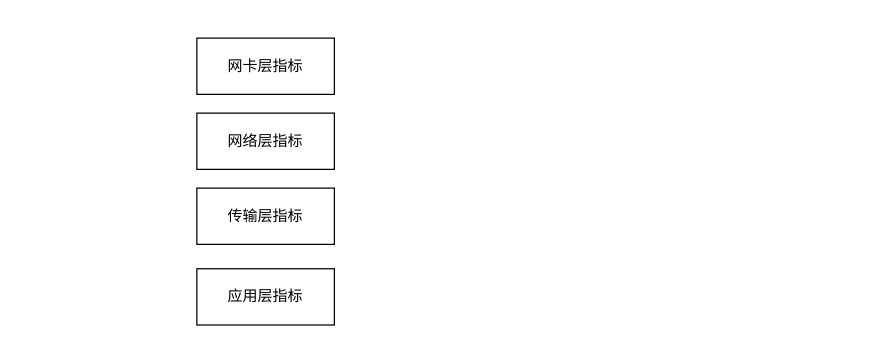
The draw.io diagram 指标数据生成流程.drawio in poetlife/diagrams, before the edit. Source tidied: cells renumbered, new cells numbered last; positions are measured from the earlier drawing's top-left corner, leaving out a move shared by most shapes. Both pictures are drawn from the tidied source at 125%, with x=0, y=0 at pixel (196, 38).
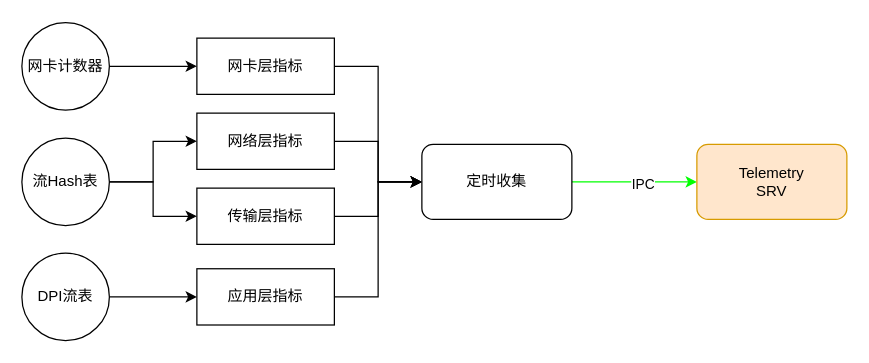
Above is the later version.

Commit message (it also covers changes not shown here):
更新指标数据生成流程.drawio

The change refers to these unchanged cells:
```xml
<mxCell id="2" value="网卡层指标" style="rounded=0;whiteSpace=wrap;html=1;" parent="1" vertex="1">
  <mxGeometry width="110" height="45" as="geometry" />
</mxCell>
<mxCell id="3" value="网络层指标" style="rounded=0;whiteSpace=wrap;html=1;" parent="1" vertex="1">
  <mxGeometry y="60" width="110" height="45" as="geometry" />
</mxCell>
<mxCell id="4" value="传输层指标" style="rounded=0;whiteSpace=wrap;html=1;" parent="1" vertex="1">
  <mxGeometry y="120" width="110" height="45" as="geometry" />
</mxCell>
<mxCell id="5" value="应用层指标" style="rounded=0;whiteSpace=wrap;html=1;" parent="1" vertex="1">
  <mxGeometry y="184.5" width="110" height="45" as="geometry" />
</mxCell>
```

Diff of the diagram source:
```diff
@@
+    <mxCell id="6" style="edgeStyle=orthogonalEdgeStyle;rounded=0;jettySize=auto;html=1;exitX=1;exitY=0.5;exitDx=0;exitDy=0;entryX=0;entryY=0.5;entryDx=0;entryDy=0;" parent="1" edge="1" source="2" target="19">
+      <mxGeometry relative="1" as="geometry" />
+    </mxCell>
@@
+    <mxCell id="7" style="edgeStyle=orthogonalEdgeStyle;rounded=0;jettySize=auto;html=1;exitX=1;exitY=0.5;exitDx=0;exitDy=0;entryX=0;entryY=0.5;entryDx=0;entryDy=0;" parent="1" edge="1" source="3" target="19">
+      <mxGeometry relative="1" as="geometry" />
+    </mxCell>
@@
+    <mxCell id="8" style="edgeStyle=orthogonalEdgeStyle;rounded=0;jettySize=auto;html=1;exitX=1;exitY=0.5;exitDx=0;exitDy=0;entryX=0;entryY=0.5;entryDx=0;entryDy=0;" parent="1" edge="1" source="4" target="19">
+      <mxGeometry relative="1" as="geometry" />
+    </mxCell>
@@
+    <mxCell id="9" style="edgeStyle=orthogonalEdgeStyle;rounded=0;jettySize=auto;html=1;exitX=1;exitY=0.5;exitDx=0;exitDy=0;entryX=0;entryY=0.5;entryDx=0;entryDy=0;" parent="1" edge="1" source="5" target="19">
+      <mxGeometry relative="1" as="geometry" />
+    </mxCell>
@@
+    <mxCell id="10" style="edgeStyle=orthogonalEdgeStyle;rounded=0;jettySize=auto;html=1;exitX=1;exitY=0.5;exitDx=0;exitDy=0;entryX=0;entryY=0.5;entryDx=0;entryDy=0;" parent="1" edge="1" source="11" target="2">
+      <mxGeometry relative="1" as="geometry" />
+    </mxCell>
+    <mxCell id="11" value="网卡计数器" style="ellipse;whiteSpace=wrap;html=1;" parent="1" vertex="1">
+      <mxGeometry x="-140" y="-12.5" width="70" height="70" as="geometry" />
+    </mxCell>
+    <mxCell id="12" style="edgeStyle=orthogonalEdgeStyle;rounded=0;jettySize=auto;html=1;exitX=1;exitY=0.5;exitDx=0;exitDy=0;entryX=0;entryY=0.5;entryDx=0;entryDy=0;" parent="1" edge="1" source="14" target="3">
+      <mxGeometry relative="1" as="geometry" />
+    </mxCell>
+    <mxCell id="13" style="edgeStyle=orthogonalEdgeStyle;rounded=0;jettySize=auto;html=1;exitX=1;exitY=0.5;exitDx=0;exitDy=0;entryX=0;entryY=0.5;entryDx=0;entryDy=0;" parent="1" edge="1" source="14" target="4">
+      <mxGeometry relative="1" as="geometry" />
+    </mxCell>
+    <mxCell id="14" value="流Hash表" style="ellipse;whiteSpace=wrap;html=1;" parent="1" vertex="1">
+      <mxGeometry x="-140" y="80" width="70" height="70" as="geometry" />
+    </mxCell>
+    <mxCell id="15" style="edgeStyle=orthogonalEdgeStyle;rounded=0;jettySize=auto;html=1;exitX=1;exitY=0.5;exitDx=0;exitDy=0;entryX=0;entryY=0.5;entryDx=0;entryDy=0;" parent="1" edge="1" source="16" target="5">
+      <mxGeometry relative="1" as="geometry" />
+    </mxCell>
+    <mxCell id="16" value="DPI流表" style="ellipse;whiteSpace=wrap;html=1;" parent="1" vertex="1">
+      <mxGeometry x="-140" y="172" width="70" height="70" as="geometry" />
+    </mxCell>
+    <mxCell id="17" style="edgeStyle=orthogonalEdgeStyle;rounded=0;jettySize=auto;html=1;exitX=1;exitY=0.5;exitDx=0;exitDy=0;entryX=0;entryY=0.5;entryDx=0;entryDy=0;strokeColor=#00FF00;" parent="1" edge="1" source="19" target="20">
+      <mxGeometry relative="1" as="geometry" />
+    </mxCell>
+    <mxCell id="18" value="IPC" style="edgeLabel;html=1;align=center;verticalAlign=middle;" parent="17" vertex="1">
+      <mxGeometry x="0.12" y="-1" relative="1" as="geometry" />
+    </mxCell>
+    <mxCell id="19" value="定时收集" style="rounded=1;whiteSpace=wrap;html=1;" parent="1" vertex="1">
+      <mxGeometry x="180" y="85" width="120" height="60" as="geometry" />
+    </mxCell>
+    <mxCell id="20" value="Telemetry&lt;br&gt;SRV" style="rounded=1;whiteSpace=wrap;html=1;fillColor=#ffe6cc;strokeColor=#d79b00;" parent="1" vertex="1">
+      <mxGeometry x="400" y="85" width="120" height="60" as="geometry" />
+    </mxCell>
```
